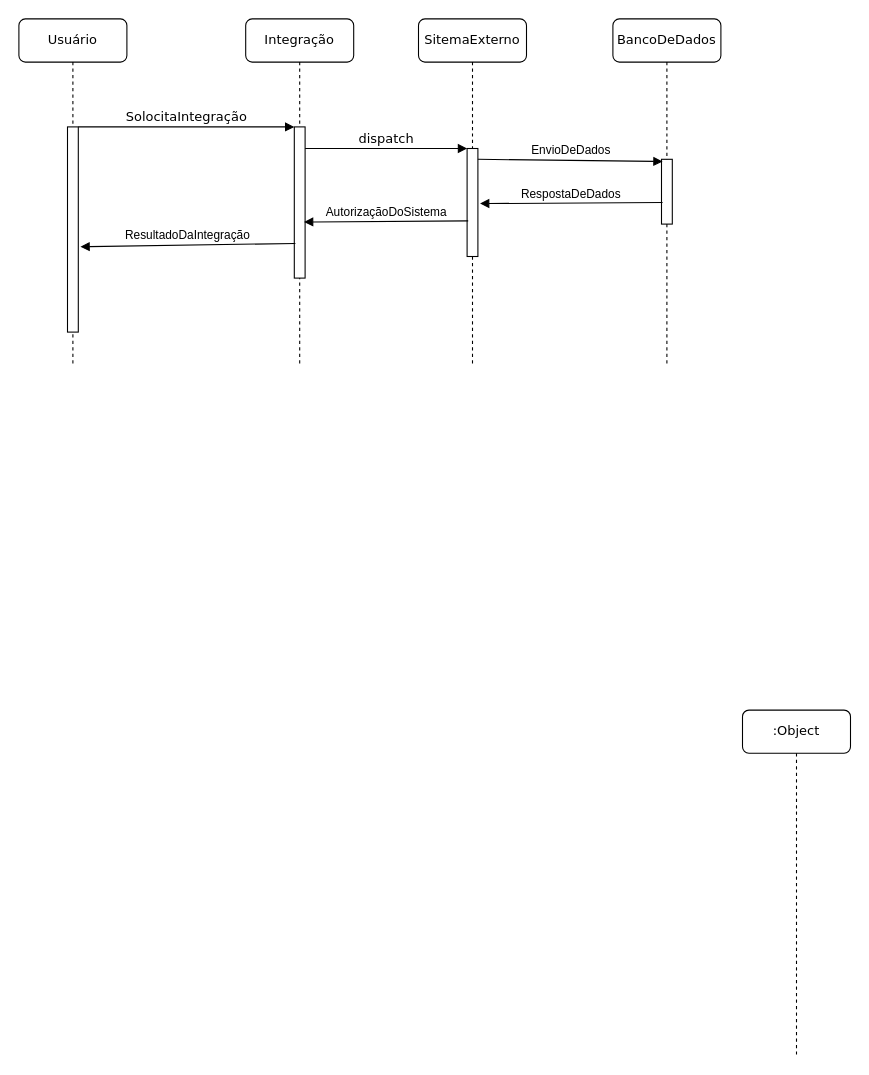
JORGEMELO21/diagrama-sequencial keeps this draw.io diagram as Diagrama sem nome.drawio. Above is the earlier version. Source tidied: cells renumbered, new cells numbered last; positions are measured from the earlier drawing's top-left corner, leaving out a move shared by most shapes. Both pictures are drawn from the tidied source at 108%, with x=0, y=0 at pixel (18, 18).
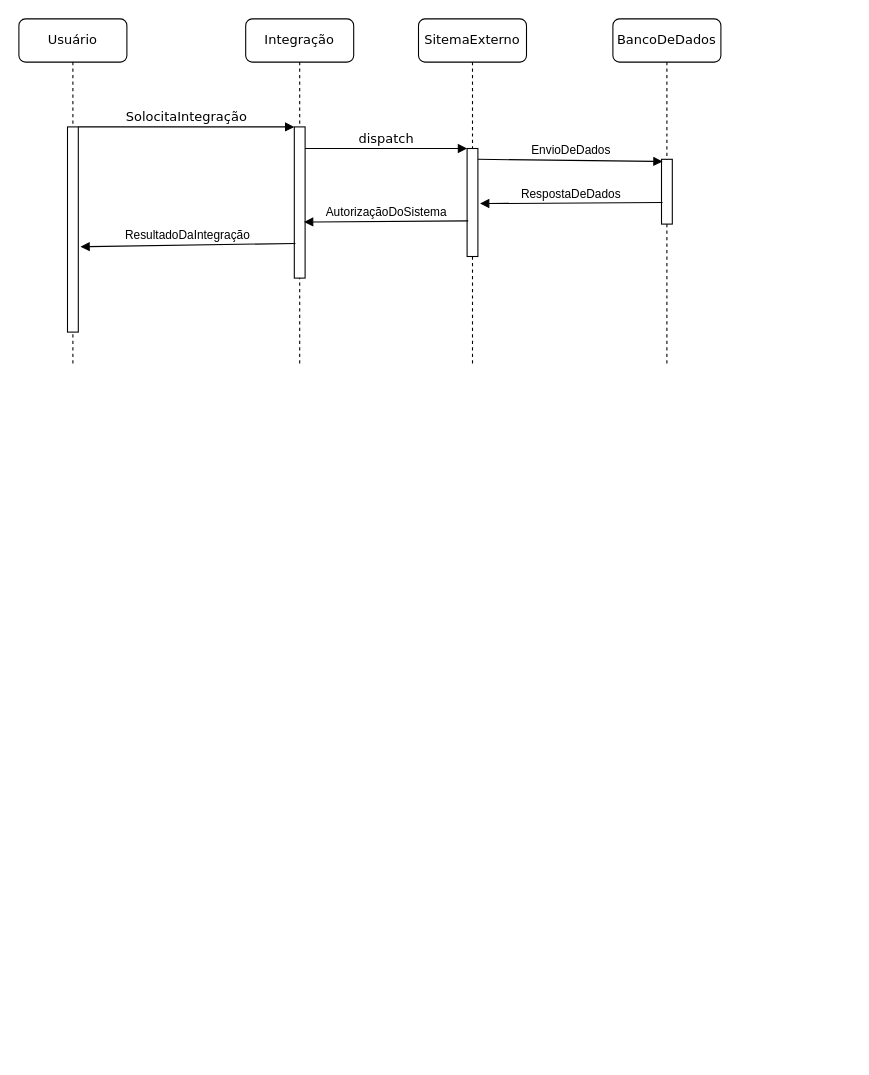
Above is the later version.

Diff of the diagram source:
```diff
@@
 <mxGraphModel>
   <root>
     <mxCell id="0" />
     <mxCell id="1" parent="0" />
     <mxCell id="2" value="Integração" style="shape=umlLifeline;perimeter=lifelinePerimeter;whiteSpace=wrap;html=1;rounded=1;shadow=0;comic=0;labelBackgroundColor=none;strokeWidth=1;fontFamily=Verdana;fontSize=12;align=center;" parent="1" vertex="1">
       <mxGeometry x="210" width="100" height="320" as="geometry" />
     </mxCell>
     <mxCell id="3" style="html=1;points=[];perimeter=orthogonalPerimeter;rounded=0;shadow=0;comic=0;labelBackgroundColor=none;strokeWidth=1;fontFamily=Verdana;fontSize=12;align=center;" parent="2" vertex="1">
       <mxGeometry x="45" y="100" width="10" height="140" as="geometry" />
     </mxCell>
     <mxCell id="4" value="SitemaExterno" style="shape=umlLifeline;perimeter=lifelinePerimeter;whiteSpace=wrap;html=1;rounded=1;shadow=0;comic=0;labelBackgroundColor=none;strokeWidth=1;fontFamily=Verdana;fontSize=12;align=center;" parent="1" vertex="1">
       <mxGeometry x="370" width="100" height="320" as="geometry" />
     </mxCell>
     <mxCell id="5" style="html=1;points=[];perimeter=orthogonalPerimeter;rounded=0;shadow=0;comic=0;labelBackgroundColor=none;strokeWidth=1;fontFamily=Verdana;fontSize=12;align=center;" parent="4" vertex="1">
       <mxGeometry x="45" y="120" width="10" height="100" as="geometry" />
     </mxCell>
     <mxCell id="6" value="BancoDeDados" style="shape=umlLifeline;perimeter=lifelinePerimeter;whiteSpace=wrap;html=1;rounded=1;shadow=0;comic=0;labelBackgroundColor=none;strokeWidth=1;fontFamily=Verdana;fontSize=12;align=center;" parent="1" vertex="1">
       <mxGeometry x="550" width="100" height="320" as="geometry" />
     </mxCell>
     <mxCell id="7" style="html=1;points=[];perimeter=orthogonalPerimeter;rounded=0;shadow=0;comic=0;labelBackgroundColor=none;strokeWidth=1;fontFamily=Verdana;fontSize=12;align=center;" parent="6" vertex="1">
       <mxGeometry x="45" y="130" width="10" height="60" as="geometry" />
     </mxCell>
     <mxCell id="8" value="Usuário" style="shape=umlLifeline;perimeter=lifelinePerimeter;whiteSpace=wrap;html=1;rounded=1;shadow=0;comic=0;labelBackgroundColor=none;strokeWidth=1;fontFamily=Verdana;fontSize=12;align=center;" parent="1" vertex="1">
       <mxGeometry width="100" height="320" as="geometry" />
     </mxCell>
     <mxCell id="9" style="html=1;points=[];perimeter=orthogonalPerimeter;rounded=0;shadow=0;comic=0;labelBackgroundColor=none;strokeWidth=1;fontFamily=Verdana;fontSize=12;align=center;" parent="8" vertex="1">
       <mxGeometry x="45" y="100" width="10" height="190" as="geometry" />
     </mxCell>
     <mxCell id="10" value="SolocitaIntegração" style="html=1;verticalAlign=bottom;endArrow=block;entryX=0;entryY=0;labelBackgroundColor=none;fontFamily=Verdana;fontSize=12;edgeStyle=elbowEdgeStyle;elbow=vertical;" parent="1" edge="1" source="9" target="3">
       <mxGeometry relative="1" as="geometry" />
     </mxCell>
     <mxCell id="11" value="dispatch" style="html=1;verticalAlign=bottom;endArrow=block;entryX=0;entryY=0;labelBackgroundColor=none;fontFamily=Verdana;fontSize=12;edgeStyle=elbowEdgeStyle;elbow=vertical;" parent="1" edge="1" source="3" target="5">
       <mxGeometry relative="1" as="geometry" />
     </mxCell>
     <mxCell id="12" value="EnvioDeDados" style="html=1;verticalAlign=bottom;endArrow=block;curved=0;rounded=0;exitX=1;exitY=0.1;exitDx=0;exitDy=0;exitPerimeter=0;entryX=0.1;entryY=0.033;entryDx=0;entryDy=0;entryPerimeter=0;" parent="1" edge="1" source="5" target="7">
       <mxGeometry relative="1" as="geometry" />
     </mxCell>
     <mxCell id="13" value="RespostaDeDados" style="html=1;verticalAlign=bottom;endArrow=block;curved=0;rounded=0;exitX=0.1;exitY=0.667;exitDx=0;exitDy=0;exitPerimeter=0;entryX=1.2;entryY=0.51;entryDx=0;entryDy=0;entryPerimeter=0;" parent="1" edge="1" source="7" target="5">
       <mxGeometry relative="1" as="geometry" />
     </mxCell>
     <mxCell id="14" value="AutorizaçãoDoSistema" style="html=1;verticalAlign=bottom;endArrow=block;curved=0;rounded=0;exitX=0.1;exitY=0.67;exitDx=0;exitDy=0;exitPerimeter=0;entryX=0.9;entryY=0.629;entryDx=0;entryDy=0;entryPerimeter=0;" parent="1" edge="1" source="5" target="3">
       <mxGeometry relative="1" as="geometry" />
     </mxCell>
-    <mxCell id="15" value=":Object" style="shape=umlLifeline;perimeter=lifelinePerimeter;whiteSpace=wrap;html=1;rounded=1;shadow=0;comic=0;labelBackgroundColor=none;strokeWidth=1;fontFamily=Verdana;fontSize=12;align=center;" parent="1" vertex="1">
-      <mxGeometry x="670" y="640" width="100" height="320" as="geometry" />
-    </mxCell>
     <mxCell id="16" value="ResultadoDaIntegração" style="html=1;verticalAlign=bottom;endArrow=block;curved=0;rounded=0;entryX=1.2;entryY=0.584;entryDx=0;entryDy=0;entryPerimeter=0;exitX=0.1;exitY=0.771;exitDx=0;exitDy=0;exitPerimeter=0;" parent="1" edge="1" source="3" target="9">
       <mxGeometry relative="1" as="geometry" />
     </mxCell>
   </root>
 </mxGraphModel>
```
